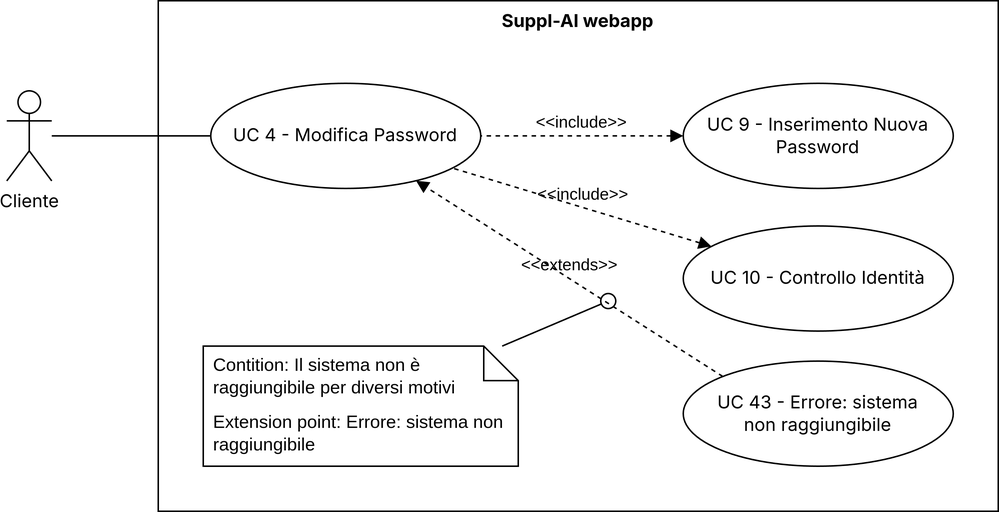
Above: 3 - PB/imgs/uc4.png in CodeHex16/documentazione (draw.io), before the change. Source tidied: cells renumbered, new cells last; positions are measured from the earlier drawing's top-left corner, leaving out a move shared by most shapes.
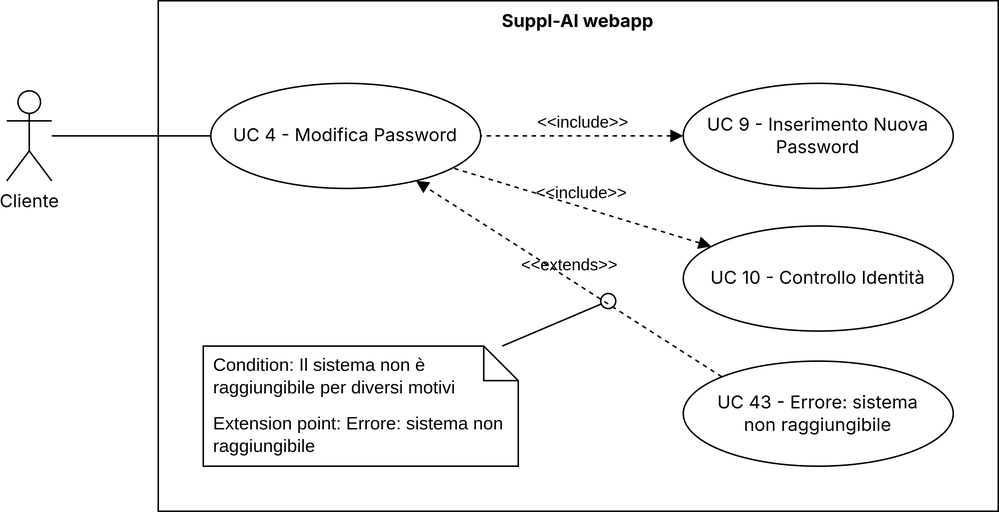
After the commit.

The edit, as a diff of the source:
```diff
@@ -20,7 +20,7 @@
     <mxCell id="7" value="&lt;div&gt;&lt;br&gt;&lt;/div&gt;Extension point: Errore: sistema non raggiungibile" style="shape=note2;boundedLbl=1;whiteSpace=wrap;html=1;size=23;verticalAlign=top;align=left;spacingLeft=5;" parent="1" vertex="1">
       <mxGeometry x="131" y="230" width="210" height="80" as="geometry" />
     </mxCell>
-    <mxCell id="8" value="&lt;span style=&quot;text-align: center;&quot;&gt;Contition: Il sistema non è raggiungibile per diversi motivi&lt;/span&gt;" style="strokeColor=none;fillColor=none;align=left;spacingLeft=5;whiteSpace=wrap;html=1;" parent="7" vertex="1">
+    <mxCell id="8" value="&lt;span style=&quot;text-align: center;&quot;&gt;Condition&lt;/span&gt;&lt;span style=&quot;text-align: center;&quot;&gt;: Il sistema non è raggiungibile per diversi motivi&lt;/span&gt;" style="strokeColor=none;fillColor=none;align=left;spacingLeft=5;whiteSpace=wrap;html=1;" parent="7" vertex="1">
       <mxGeometry width="210" height="40" relative="1" as="geometry" />
     </mxCell>
     <mxCell id="9" style="edgeStyle=orthogonalEdgeStyle;rounded=0;orthogonalLoop=1;jettySize=auto;html=1;exitX=0.5;exitY=1;exitDx=0;exitDy=0;" parent="7" edge="1" source="8" target="8">
```
